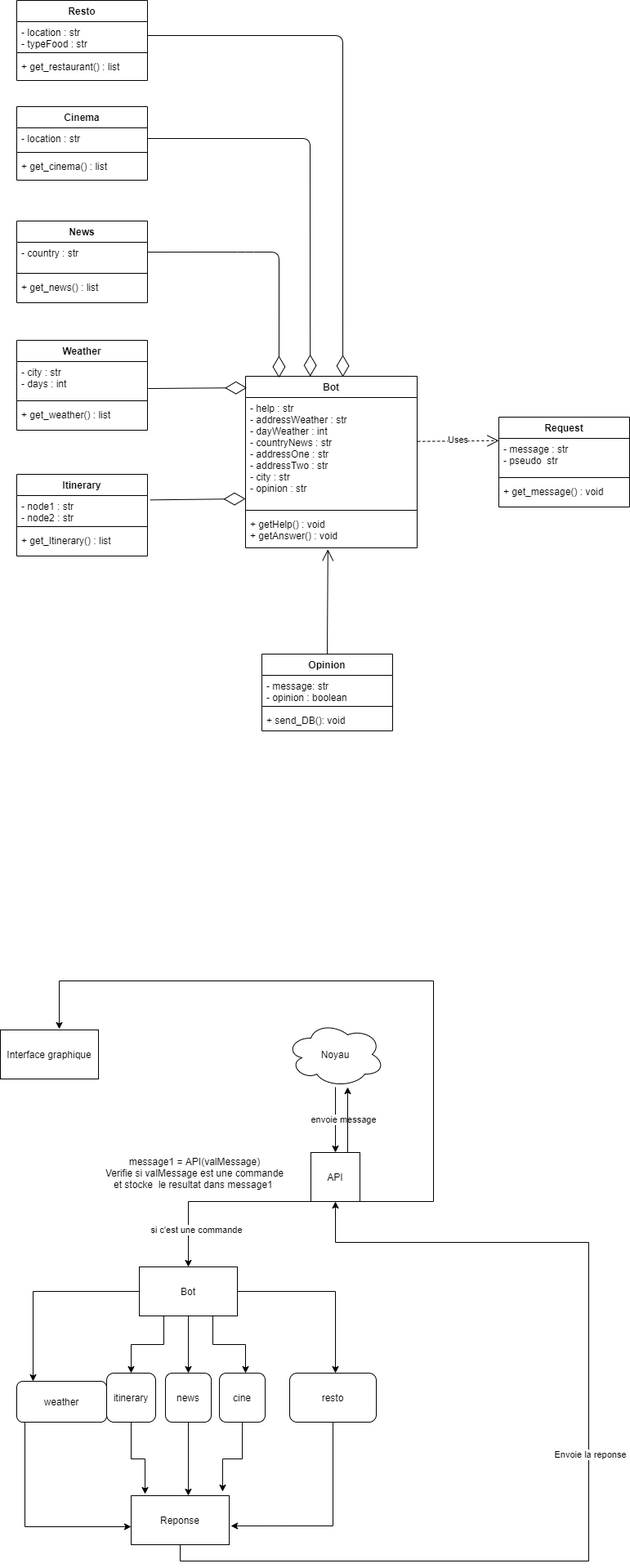
mquadu/noyau_devII_2TM2 keeps this draw.io diagram as UML_PyP.png. Above is the earlier version. Source tidied: cells renumbered, new cells last; positions are measured from the earlier drawing's top-left corner, leaving out a move shared by most shapes.
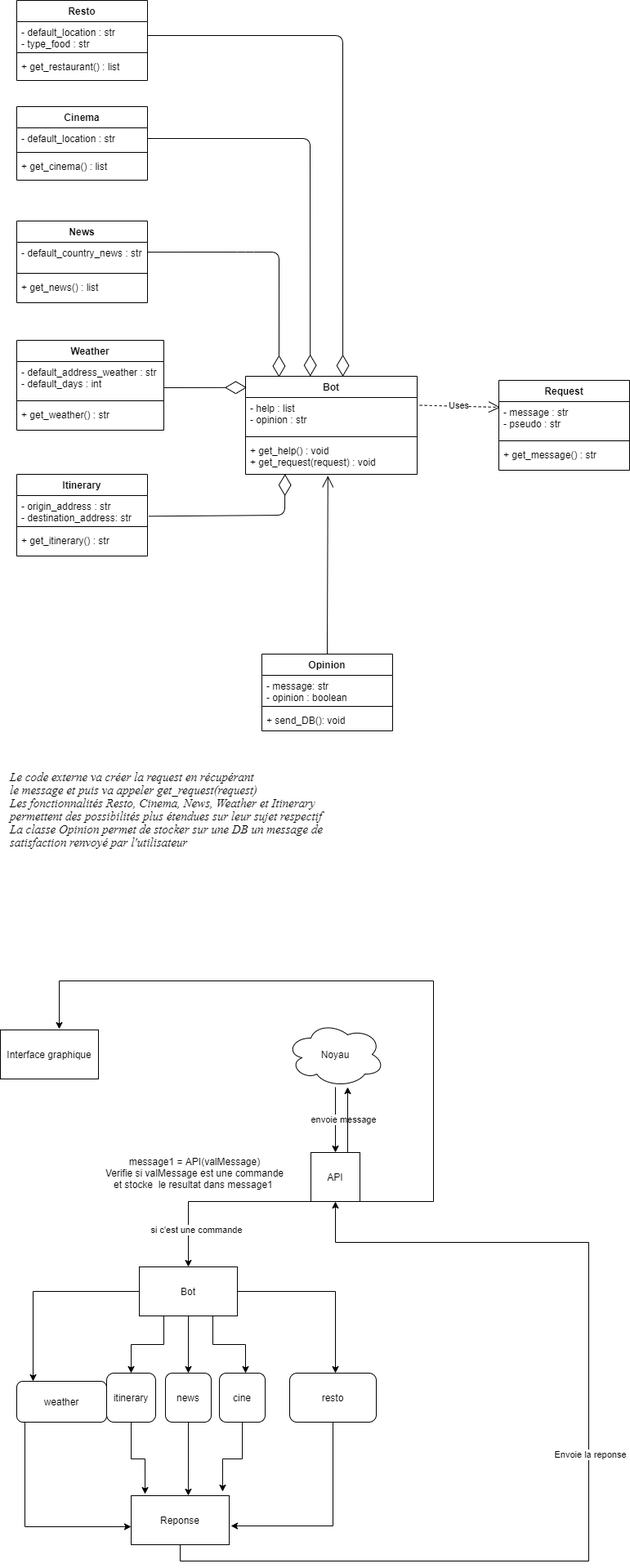
The same file after the commit.

Commit message:
uml remanié

Diff of the diagram source:
```diff
@@ -120,16 +120,16 @@
       <mxGeometry x="160" y="1830" width="120" height="60" as="geometry" />
     </mxCell>
     <mxCell id="29" value="Bot" style="swimlane;fontStyle=1;align=center;verticalAlign=top;horizontal=1;startSize=26;" parent="1" vertex="1">
-      <mxGeometry x="300" y="460" width="210" height="210" as="geometry" />
+      <mxGeometry x="300" y="460" width="210" height="120" as="geometry" />
     </mxCell>
-    <mxCell id="30" value="- help : str&#10;- addressWeather : str&#10;- dayWeather : int&#10;- countryNews : str&#10;- addressOne : str&#10;- addressTwo : str&#10;- city : str&#10;- opinion : str" style="text;strokeColor=none;fillColor=none;align=left;verticalAlign=top;spacingLeft=4;spacingRight=4;overflow=hidden;points=[[0,0.5],[1,0.5]];portConstraint=eastwest;" parent="29" vertex="1">
-      <mxGeometry y="26" width="210" height="134" as="geometry" />
+    <mxCell id="30" value="- help : list&#10;- opinion : str&#10;" style="text;strokeColor=none;fillColor=none;align=left;verticalAlign=top;spacingLeft=4;spacingRight=4;overflow=hidden;points=[[0,0.5],[1,0.5]];portConstraint=eastwest;" parent="29" vertex="1">
+      <mxGeometry y="26" width="210" height="44" as="geometry" />
     </mxCell>
     <mxCell id="31" style="line;strokeWidth=1;fillColor=none;align=left;verticalAlign=middle;spacingTop=-1;spacingLeft=3;spacingRight=3;labelPosition=right;" parent="29" vertex="1">
-      <mxGeometry y="160" width="210" height="8" as="geometry" />
+      <mxGeometry y="70" width="210" height="8" as="geometry" />
     </mxCell>
-    <mxCell id="32" value="+ getHelp() : void&#10;+ getAnswer() : void" style="text;strokeColor=none;fillColor=none;align=left;verticalAlign=top;spacingLeft=4;spacingRight=4;overflow=hidden;points=[[0,0.5],[1,0.5]];portConstraint=eastwest;" parent="29" vertex="1">
-      <mxGeometry y="168" width="210" height="42" as="geometry" />
+    <mxCell id="32" value="+ get_help() : void&#10;+ get_request(request) : void&#10;" style="text;strokeColor=none;fillColor=none;align=left;verticalAlign=top;spacingLeft=4;spacingRight=4;overflow=hidden;points=[[0,0.5],[1,0.5]];portConstraint=eastwest;" parent="29" vertex="1">
+      <mxGeometry y="78" width="210" height="42" as="geometry" />
     </mxCell>
     <mxCell id="33" value="Opinion" style="swimlane;fontStyle=1;align=center;verticalAlign=top;horizontal=1;startSize=26;" parent="1" vertex="1">
       <mxGeometry x="320" y="800" width="160" height="94" as="geometry" />
@@ -149,7 +149,7 @@
     <mxCell id="38" value="News" style="swimlane;fontStyle=1;align=center;verticalAlign=top;horizontal=1;startSize=26;" parent="1" vertex="1">
       <mxGeometry x="20" y="270" width="160" height="100" as="geometry" />
     </mxCell>
-    <mxCell id="39" value="- country : str&#10;" style="text;strokeColor=none;fillColor=none;align=left;verticalAlign=top;spacingLeft=4;spacingRight=4;overflow=hidden;points=[[0,0.5],[1,0.5]];portConstraint=eastwest;" parent="38" vertex="1">
+    <mxCell id="39" value="- default_country_news : str" style="text;strokeColor=none;fillColor=none;align=left;verticalAlign=top;spacingLeft=4;spacingRight=4;overflow=hidden;points=[[0,0.5],[1,0.5]];portConstraint=eastwest;" parent="38" vertex="1">
       <mxGeometry y="26" width="160" height="34" as="geometry" />
     </mxCell>
     <mxCell id="40" style="line;strokeWidth=1;fillColor=none;align=left;verticalAlign=middle;spacingTop=-1;spacingLeft=3;spacingRight=3;labelPosition=right;" parent="38" vertex="1">
@@ -159,20 +159,20 @@
       <mxGeometry y="68" width="160" height="32" as="geometry" />
     </mxCell>
     <mxCell id="42" value="Weather" style="swimlane;fontStyle=1;align=center;verticalAlign=top;horizontal=1;startSize=26;" parent="1" vertex="1">
-      <mxGeometry x="20" y="416" width="160" height="110" as="geometry" />
+      <mxGeometry x="20" y="416" width="180" height="110" as="geometry" />
     </mxCell>
-    <mxCell id="43" value="- city : str &#10;- days : int&#10;" style="text;strokeColor=none;fillColor=none;align=left;verticalAlign=top;spacingLeft=4;spacingRight=4;overflow=hidden;" parent="42" vertex="1">
-      <mxGeometry y="26" width="160" height="44" as="geometry" />
+    <mxCell id="43" value="- default_address_weather : str&#10;- default_days : int&#10;" style="text;strokeColor=none;fillColor=none;align=left;verticalAlign=top;spacingLeft=4;spacingRight=4;overflow=hidden;" parent="42" vertex="1">
+      <mxGeometry y="26" width="180" height="44" as="geometry" />
     </mxCell>
     <mxCell id="44" style="line;strokeWidth=1;fillColor=none;align=left;verticalAlign=middle;spacingTop=-1;spacingLeft=3;spacingRight=3;labelPosition=right;" parent="42" vertex="1">
-      <mxGeometry y="70" width="160" height="8" as="geometry" />
+      <mxGeometry y="70" width="180" height="8" as="geometry" />
     </mxCell>
-    <mxCell id="45" value="+ get_weather() : list" style="text;strokeColor=none;fillColor=none;align=left;verticalAlign=top;spacingLeft=4;spacingRight=4;overflow=hidden;" parent="42" vertex="1">
-      <mxGeometry y="78" width="160" height="32" as="geometry" />
+    <mxCell id="45" value="+ get_weather() : str" style="text;strokeColor=none;fillColor=none;align=left;verticalAlign=top;spacingLeft=4;spacingRight=4;overflow=hidden;" parent="42" vertex="1">
+      <mxGeometry y="78" width="180" height="32" as="geometry" />
     </mxCell>
-    <mxCell id="46" style="endArrow=diamondThin;endFill=0;endSize=24;html=1;entryX=0.008;entryY=0.067;entryDx=0;entryDy=0;entryPerimeter=0;" parent="1" edge="1" target="29">
+    <mxCell id="46" style="endArrow=diamondThin;endFill=0;endSize=24;html=1;entryX=0.007;entryY=0.115;entryDx=0;entryDy=0;entryPerimeter=0;" parent="1" edge="1" target="29">
       <mxGeometry relative="1" as="geometry">
-        <mxPoint x="181" y="475" as="sourcePoint" />
+        <mxPoint x="200" y="474" as="sourcePoint" />
       </mxGeometry>
     </mxCell>
     <mxCell id="47" style="endArrow=diamondThin;endFill=0;endSize=24;html=1;entryX=0.567;entryY=0.004;entryDx=0;entryDy=0;exitX=1;exitY=0.5;exitDx=0;exitDy=0;entryPerimeter=0;" parent="1" edge="1" source="59" target="29">
@@ -200,19 +200,19 @@
     <mxCell id="50" value="Itinerary" style="swimlane;fontStyle=1;align=center;verticalAlign=top;horizontal=1;startSize=26;" parent="1" vertex="1">
       <mxGeometry x="20" y="580" width="160" height="100" as="geometry" />
     </mxCell>
-    <mxCell id="51" value="- node1 : str&#10;- node2 : str" style="text;strokeColor=none;fillColor=none;align=left;verticalAlign=top;spacingLeft=4;spacingRight=4;overflow=hidden;points=[[0,0.5],[1,0.5]];portConstraint=eastwest;" parent="50" vertex="1">
+    <mxCell id="51" value="- origin_address : str&#10;- destination_address: str" style="text;strokeColor=none;fillColor=none;align=left;verticalAlign=top;spacingLeft=4;spacingRight=4;overflow=hidden;points=[[0,0.5],[1,0.5]];portConstraint=eastwest;" parent="50" vertex="1">
       <mxGeometry y="26" width="160" height="34" as="geometry" />
     </mxCell>
     <mxCell id="52" style="line;strokeWidth=1;fillColor=none;align=left;verticalAlign=middle;spacingTop=-1;spacingLeft=3;spacingRight=3;labelPosition=right;" parent="50" vertex="1">
       <mxGeometry y="60" width="160" height="8" as="geometry" />
     </mxCell>
-    <mxCell id="53" value="+ get_Itinerary() : list&#10;" style="text;strokeColor=none;fillColor=none;align=left;verticalAlign=top;spacingLeft=4;spacingRight=4;overflow=hidden;" parent="50" vertex="1">
+    <mxCell id="53" value="+ get_itinerary() : str&#10;" style="text;strokeColor=none;fillColor=none;align=left;verticalAlign=top;spacingLeft=4;spacingRight=4;overflow=hidden;" parent="50" vertex="1">
       <mxGeometry y="68" width="160" height="32" as="geometry" />
     </mxCell>
     <mxCell id="54" value="Cinema" style="swimlane;fontStyle=1;align=center;verticalAlign=top;horizontal=1;startSize=26;" parent="1" vertex="1">
       <mxGeometry x="20" y="130" width="160" height="90" as="geometry" />
     </mxCell>
-    <mxCell id="55" value="- location : str" style="text;strokeColor=none;fillColor=none;align=left;verticalAlign=top;spacingLeft=4;spacingRight=4;overflow=hidden;points=[[0,0.5],[1,0.5]];portConstraint=eastwest;" parent="54" vertex="1">
+    <mxCell id="55" value="- default_location : str" style="text;strokeColor=none;fillColor=none;align=left;verticalAlign=top;spacingLeft=4;spacingRight=4;overflow=hidden;points=[[0,0.5],[1,0.5]];portConstraint=eastwest;" parent="54" vertex="1">
       <mxGeometry y="26" width="160" height="26" as="geometry" />
     </mxCell>
     <mxCell id="56" style="line;strokeWidth=1;fillColor=none;align=left;verticalAlign=middle;spacingTop=-1;spacingLeft=3;spacingRight=3;labelPosition=right;" parent="54" vertex="1">
@@ -224,7 +224,7 @@
     <mxCell id="58" value="Resto" style="swimlane;fontStyle=1;align=center;verticalAlign=top;horizontal=1;startSize=26;" parent="1" vertex="1">
       <mxGeometry x="20" width="160" height="98" as="geometry" />
     </mxCell>
-    <mxCell id="59" value="- location : str&#10;- typeFood : str" style="text;strokeColor=none;fillColor=none;align=left;verticalAlign=top;spacingLeft=4;spacingRight=4;overflow=hidden;points=[[0,0.5],[1,0.5]];portConstraint=eastwest;" parent="58" vertex="1">
+    <mxCell id="59" value="- default_location : str&#10;- type_food : str" style="text;strokeColor=none;fillColor=none;align=left;verticalAlign=top;spacingLeft=4;spacingRight=4;overflow=hidden;points=[[0,0.5],[1,0.5]];portConstraint=eastwest;" parent="58" vertex="1">
       <mxGeometry y="26" width="160" height="34" as="geometry" />
     </mxCell>
     <mxCell id="60" style="line;strokeWidth=1;fillColor=none;align=left;verticalAlign=middle;spacingTop=-1;spacingLeft=3;spacingRight=3;labelPosition=right;" parent="58" vertex="1">
@@ -233,25 +233,30 @@
     <mxCell id="61" value="+ get_restaurant() : list" style="text;strokeColor=none;fillColor=none;align=left;verticalAlign=top;spacingLeft=4;spacingRight=4;overflow=hidden;" parent="58" vertex="1">
       <mxGeometry y="68" width="160" height="30" as="geometry" />
     </mxCell>
-    <mxCell id="62" style="endArrow=diamondThin;endFill=0;endSize=24;html=1;exitX=1.021;exitY=0.157;exitDx=0;exitDy=0;exitPerimeter=0;" parent="1" edge="1" source="51">
+    <mxCell id="62" style="endArrow=diamondThin;endFill=0;endSize=24;html=1;entryX=0.23;entryY=0.992;entryDx=0;entryDy=0;entryPerimeter=0;exitX=1.01;exitY=0.745;exitDx=0;exitDy=0;exitPerimeter=0;" parent="1" edge="1" source="51" target="32">
       <mxGeometry relative="1" as="geometry">
-        <mxPoint x="300" y="610" as="targetPoint" />
+        <Array as="points">
+          <mxPoint x="348" y="630" />
+        </Array>
       </mxGeometry>
     </mxCell>
     <mxCell id="63" value="Request" style="swimlane;fontStyle=1;align=center;verticalAlign=top;horizontal=1;startSize=26;" parent="1" vertex="1">
-      <mxGeometry x="610" y="510" width="160" height="110" as="geometry" />
+      <mxGeometry x="610" y="465" width="160" height="110" as="geometry" />
     </mxCell>
-    <mxCell id="64" value="- message : str&#10;- pseudo  str" style="text;strokeColor=none;fillColor=none;align=left;verticalAlign=top;spacingLeft=4;spacingRight=4;overflow=hidden;points=[[0,0.5],[1,0.5]];portConstraint=eastwest;" parent="63" vertex="1">
+    <mxCell id="64" value="- message : str&#10;- pseudo : str&#10;" style="text;strokeColor=none;fillColor=none;align=left;verticalAlign=top;spacingLeft=4;spacingRight=4;overflow=hidden;points=[[0,0.5],[1,0.5]];portConstraint=eastwest;" parent="63" vertex="1">
       <mxGeometry y="26" width="160" height="44" as="geometry" />
     </mxCell>
     <mxCell id="65" style="line;strokeWidth=1;fillColor=none;align=left;verticalAlign=middle;spacingTop=-1;spacingLeft=3;spacingRight=3;labelPosition=right;" parent="63" vertex="1">
       <mxGeometry y="70" width="160" height="8" as="geometry" />
     </mxCell>
-    <mxCell id="66" value="+ get_message() : void " style="text;strokeColor=none;fillColor=none;align=left;verticalAlign=top;spacingLeft=4;spacingRight=4;overflow=hidden;" parent="63" vertex="1">
+    <mxCell id="66" value="+ get_message() : str " style="text;strokeColor=none;fillColor=none;align=left;verticalAlign=top;spacingLeft=4;spacingRight=4;overflow=hidden;" parent="63" vertex="1">
       <mxGeometry y="78" width="160" height="32" as="geometry" />
     </mxCell>
-    <mxCell id="67" value="Uses" style="endArrow=open;endSize=12;dashed=1;html=1;exitX=1.004;exitY=0.401;exitDx=0;exitDy=0;exitPerimeter=0;entryX=0;entryY=0.065;entryDx=0;entryDy=0;entryPerimeter=0;" parent="1" edge="1" source="30" target="64">
+    <mxCell id="67" value="Uses" style="endArrow=open;endSize=12;dashed=1;html=1;exitX=1.015;exitY=0.216;exitDx=0;exitDy=0;exitPerimeter=0;entryX=0.01;entryY=0.159;entryDx=0;entryDy=0;entryPerimeter=0;" parent="1" edge="1" source="30" target="64">
       <mxGeometry x="-0.02" y="1" relative="1" as="geometry" />
     </mxCell>
+    <mxCell id="68" value="&lt;h3&gt;&lt;/h3&gt;&lt;h2 style=&quot;font-size: 15px ; line-height: 100%&quot;&gt;&lt;div&gt;&lt;span style=&quot;font-weight: normal&quot;&gt;&lt;i&gt;&lt;font face=&quot;Times New Roman&quot;&gt;Le code externe va créer la request en&amp;nbsp;récupérant&amp;nbsp;&lt;/font&gt;&lt;/i&gt;&lt;/span&gt;&lt;/div&gt;&lt;div&gt;&lt;span style=&quot;font-weight: normal&quot;&gt;&lt;i&gt;&lt;font face=&quot;Times New Roman&quot;&gt;le message et puis va appeler get_request(request)&lt;/font&gt;&lt;/i&gt;&lt;/span&gt;&lt;i style=&quot;font-weight: normal&quot;&gt;&lt;font face=&quot;Times New Roman&quot;&gt;&amp;nbsp;&lt;/font&gt;&lt;/i&gt;&lt;/div&gt;&lt;div&gt;&lt;span style=&quot;font-weight: normal&quot;&gt;&lt;i&gt;&lt;font face=&quot;Times New Roman&quot;&gt;Les fonctionnalités Resto, Cinema, News, Weather et Itinerary&lt;/font&gt;&lt;/i&gt;&lt;/span&gt;&lt;/div&gt;&lt;div&gt;&lt;span style=&quot;font-weight: normal&quot;&gt;&lt;i&gt;&lt;font face=&quot;Times New Roman&quot;&gt;permettent des possibilités plus étendues sur leur sujet respectif&lt;/font&gt;&lt;/i&gt;&lt;/span&gt;&lt;/div&gt;&lt;div&gt;&lt;span style=&quot;font-weight: normal&quot;&gt;&lt;i&gt;&lt;font face=&quot;Times New Roman&quot;&gt;La classe Opinion permet de stocker sur une DB un message de&lt;/font&gt;&lt;/i&gt;&lt;/span&gt;&lt;/div&gt;&lt;div&gt;&lt;span style=&quot;font-weight: normal&quot;&gt;&lt;span&gt;&lt;i&gt;&lt;font face=&quot;Times New Roman&quot;&gt;satisfaction&amp;nbsp;&lt;/font&gt;&lt;/i&gt;&lt;/span&gt;&lt;i&gt;&lt;font face=&quot;Times New Roman&quot;&gt;renvoyé par l'utilisateur&lt;/font&gt;&lt;/i&gt;&lt;/span&gt;&lt;/div&gt;&lt;/h2&gt;" style="text;html=1;align=left;verticalAlign=middle;strokeColor=none;" parent="1" vertex="1">
+      <mxGeometry x="10" y="930" width="400" height="120" as="geometry" />
+    </mxCell>
   </root>
 </mxGraphModel>
```
